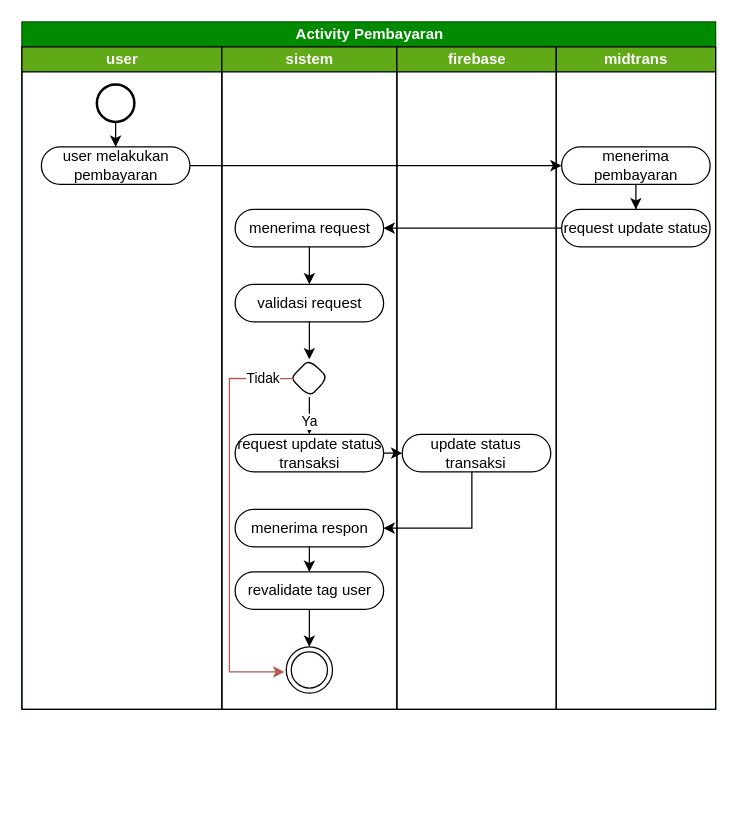
The draw.io diagram page "activity pembayaran" (41 of 43) of skrpsian.drawio in ThikerXCX/umltoko, before the edit. Source tidied: cells renumbered, new cells numbered last; positions are measured from the earlier drawing's top-left corner, leaving out a move shared by most shapes. Both pictures are drawn from the tidied source at 125%, with x=0, y=0 at pixel (21, 21).
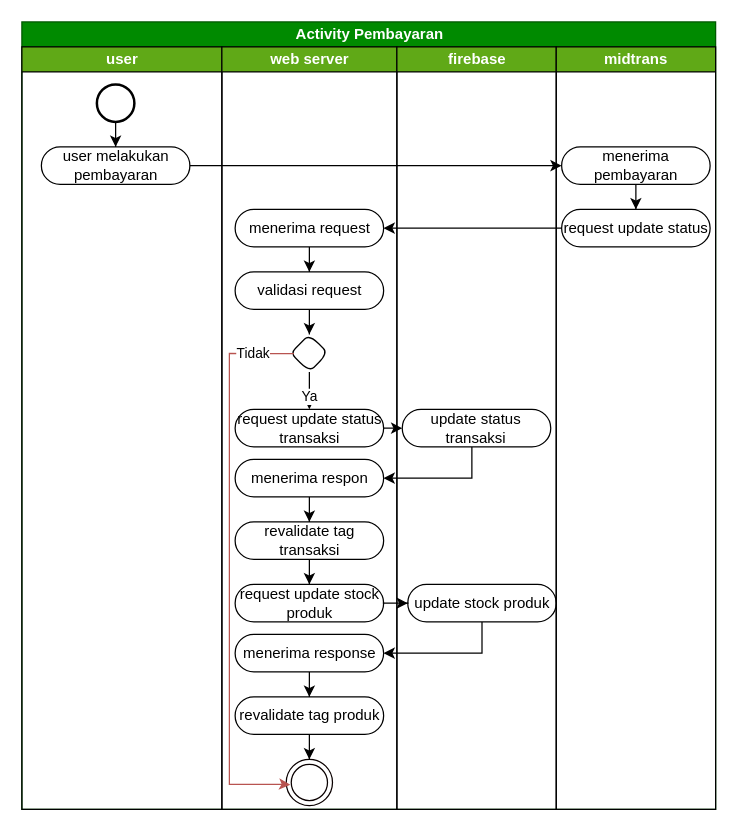
After the change.

The change refers to these unchanged cells:
```xml
<mxCell id="9" value="menerima request" style="rounded=1;whiteSpace=wrap;html=1;arcSize=50;fillColor=none;" parent="7" vertex="1">
  <mxGeometry x="10.6" y="130" width="118.8" height="30" as="geometry" />
</mxCell>
<mxCell id="28" value="request update status" style="rounded=1;whiteSpace=wrap;html=1;arcSize=50;fillColor=none;" parent="25" vertex="1">
  <mxGeometry x="4.3" y="130" width="118.8" height="30" as="geometry" />
</mxCell>
```

The edit, as a diff of the source:
```diff
@@
     <mxCell id="2" value="Activity Pembayaran" style="swimlane;startSize=20;html=1;fillColor=#008a00;fontColor=#ffffff;strokeColor=#005700;" parent="1" vertex="1">
-      <mxGeometry width="555" height="550" as="geometry" />
+      <mxGeometry width="555" height="630" as="geometry" />
     </mxCell>
     <mxCell id="3" value="user" style="swimlane;startSize=20;html=1;fillColor=#60a917;fontColor=#ffffff;strokeColor=#000000;" parent="2" vertex="1">
-      <mxGeometry y="20" width="160" height="530" as="geometry" />
+      <mxGeometry y="20" width="160" height="610" as="geometry" />
     </mxCell>
@@
-    <mxCell id="7" value="sistem" style="swimlane;startSize=20;html=1;fillColor=#60a917;fontColor=#ffffff;strokeColor=#000000;" parent="2" vertex="1">
-      <mxGeometry x="160" y="20" width="140" height="530" as="geometry" />
+    <mxCell id="7" value="web server" style="swimlane;startSize=20;html=1;fillColor=#60a917;fontColor=#ffffff;strokeColor=#000000;" parent="2" vertex="1">
+      <mxGeometry x="160" y="20" width="140" height="610" as="geometry" />
     </mxCell>
@@
     <mxCell id="11" value="validasi request" style="rounded=1;whiteSpace=wrap;html=1;arcSize=50;fillColor=none;" parent="7" vertex="1">
-      <mxGeometry x="10.6" y="190" width="118.8" height="30" as="geometry" />
+      <mxGeometry x="10.6" y="180" width="118.8" height="30" as="geometry" />
     </mxCell>
@@
     <mxCell id="14" style="rhombus;whiteSpace=wrap;html=1;fillColor=none;rounded=1;arcSize=50;" parent="7" vertex="1">
-      <mxGeometry x="55" y="250" width="30" height="30" as="geometry" />
+      <mxGeometry x="55" y="230" width="30" height="30" as="geometry" />
     </mxCell>
     <mxCell id="15" value="request update status transaksi" style="rounded=1;whiteSpace=wrap;html=1;arcSize=50;fillColor=none;" parent="7" vertex="1">
-      <mxGeometry x="10.6" y="310" width="118.8" height="30" as="geometry" />
+      <mxGeometry x="10.6" y="290" width="118.8" height="30" as="geometry" />
     </mxCell>
@@
     <mxCell id="17" value="menerima respon" style="rounded=1;whiteSpace=wrap;html=1;arcSize=50;fillColor=none;" parent="7" vertex="1">
-      <mxGeometry x="10.6" y="370" width="118.8" height="30" as="geometry" />
+      <mxGeometry x="10.6" y="330" width="118.8" height="30" as="geometry" />
     </mxCell>
-    <mxCell id="18" style="edgeStyle=orthogonalEdgeStyle;rounded=0;jettySize=auto;html=1;" parent="7" edge="1" source="19" target="20">
-      <mxGeometry relative="1" as="geometry" />
-    </mxCell>
+    <mxCell id="33" style="edgeStyle=orthogonalEdgeStyle;rounded=0;jettySize=auto;html=1;" parent="7" edge="1" source="19" target="34">
+      <mxGeometry relative="1" as="geometry" />
+    </mxCell>
-    <mxCell id="19" value="revalidate tag user" style="rounded=1;whiteSpace=wrap;html=1;arcSize=50;fillColor=none;" parent="7" vertex="1">
-      <mxGeometry x="10.6" y="420" width="118.8" height="30" as="geometry" />
+    <mxCell id="19" value="revalidate tag transaksi" style="rounded=1;whiteSpace=wrap;html=1;arcSize=50;fillColor=none;" parent="7" vertex="1">
+      <mxGeometry x="10.6" y="380" width="118.8" height="30" as="geometry" />
     </mxCell>
     <mxCell id="20" style="ellipse;html=1;shape=endState;fillColor=none;strokeColor=#0A0000;" parent="7" vertex="1">
-      <mxGeometry x="51.5" y="480" width="37" height="37" as="geometry" />
+      <mxGeometry x="51.5" y="570" width="37" height="37" as="geometry" />
     </mxCell>
-    <mxCell id="21" style="edgeStyle=orthogonalEdgeStyle;rounded=0;jettySize=auto;html=1;exitX=0.089;exitY=0.511;exitDx=0;exitDy=0;exitPerimeter=0;fillColor=#f8cecc;strokeColor=#b85450;" parent="7" edge="1" source="14">
+    <mxCell id="21" style="edgeStyle=orthogonalEdgeStyle;rounded=0;jettySize=auto;html=1;exitX=0.089;exitY=0.511;exitDx=0;exitDy=0;exitPerimeter=0;fillColor=#f8cecc;strokeColor=#b85450;entryX=0.089;entryY=0.548;entryDx=0;entryDy=0;entryPerimeter=0;" parent="7" edge="1" source="14" target="20">
       <mxGeometry relative="1" as="geometry">
-        <mxPoint x="50" y="500" as="targetPoint" />
         <Array as="points">
-          <mxPoint x="6" y="265" />
-          <mxPoint x="6" y="500" />
+          <mxPoint x="6" y="245" />
+          <mxPoint x="6" y="590" />
+          <mxPoint x="51" y="590" />
         </Array>
       </mxGeometry>
     </mxCell>
@@
+    <mxCell id="34" value="request update stock produk" style="rounded=1;whiteSpace=wrap;html=1;arcSize=50;fillColor=none;" parent="7" vertex="1">
+      <mxGeometry x="10.6" y="430" width="118.8" height="30" as="geometry" />
+    </mxCell>
+    <mxCell id="35" style="edgeStyle=orthogonalEdgeStyle;rounded=0;jettySize=auto;html=1;entryX=0.5;entryY=0;entryDx=0;entryDy=0;" parent="7" edge="1" source="36" target="38">
+      <mxGeometry relative="1" as="geometry" />
+    </mxCell>
+    <mxCell id="36" value="menerima response" style="rounded=1;whiteSpace=wrap;html=1;arcSize=50;fillColor=none;" parent="7" vertex="1">
+      <mxGeometry x="10.6" y="470" width="118.8" height="30" as="geometry" />
+    </mxCell>
+    <mxCell id="37" style="edgeStyle=orthogonalEdgeStyle;rounded=0;jettySize=auto;html=1;" parent="7" edge="1" source="38" target="20">
+      <mxGeometry relative="1" as="geometry" />
+    </mxCell>
+    <mxCell id="38" value="revalidate tag produk" style="rounded=1;whiteSpace=wrap;html=1;arcSize=50;fillColor=none;" parent="7" vertex="1">
+      <mxGeometry x="10.6" y="520" width="118.8" height="30" as="geometry" />
+    </mxCell>
     <mxCell id="23" value="firebase" style="swimlane;startSize=20;html=1;fillColor=#60a917;fontColor=#ffffff;strokeColor=#000000;" parent="2" vertex="1">
-      <mxGeometry x="300" y="20" width="127.5" height="530" as="geometry" />
+      <mxGeometry x="300" y="20" width="127.5" height="610" as="geometry" />
     </mxCell>
     <mxCell id="24" value="update status transaksi" style="rounded=1;whiteSpace=wrap;html=1;arcSize=50;fillColor=none;" parent="23" vertex="1">
-      <mxGeometry x="4.3" y="310" width="118.8" height="30" as="geometry" />
+      <mxGeometry x="4.3" y="290" width="118.8" height="30" as="geometry" />
     </mxCell>
+    <mxCell id="39" value="update stock produk" style="rounded=1;whiteSpace=wrap;html=1;arcSize=50;fillColor=none;" parent="23" vertex="1">
+      <mxGeometry x="8.7" y="430" width="118.8" height="30" as="geometry" />
+    </mxCell>
     <mxCell id="25" value="midtrans" style="swimlane;startSize=20;html=1;fillColor=#60a917;fontColor=#ffffff;strokeColor=#000000;" parent="2" vertex="1">
-      <mxGeometry x="427.5" y="20" width="127.5" height="530" as="geometry" />
+      <mxGeometry x="427.5" y="20" width="127.5" height="610" as="geometry" />
     </mxCell>
@@
+    <mxCell id="32" style="edgeStyle=orthogonalEdgeStyle;rounded=0;jettySize=auto;html=1;entryX=1;entryY=0.5;entryDx=0;entryDy=0;" parent="2" edge="1" source="28" target="9">
+      <mxGeometry relative="1" as="geometry" />
+    </mxCell>
     <mxCell id="31" style="edgeStyle=orthogonalEdgeStyle;rounded=0;jettySize=auto;html=1;entryX=1;entryY=0.5;entryDx=0;entryDy=0;" parent="2" edge="1" source="24" target="17">
       <mxGeometry relative="1" as="geometry">
         <Array as="points">
-          <mxPoint x="360" y="405" />
+          <mxPoint x="360" y="365" />
         </Array>
       </mxGeometry>
     </mxCell>
-    <mxCell id="32" style="edgeStyle=orthogonalEdgeStyle;rounded=0;jettySize=auto;html=1;entryX=1;entryY=0.5;entryDx=0;entryDy=0;" parent="2" edge="1" source="28" target="9">
-      <mxGeometry relative="1" as="geometry" />
-    </mxCell>
+    <mxCell id="40" style="edgeStyle=orthogonalEdgeStyle;rounded=0;jettySize=auto;html=1;" parent="2" edge="1" source="34" target="39">
+      <mxGeometry relative="1" as="geometry" />
+    </mxCell>
+    <mxCell id="41" style="edgeStyle=orthogonalEdgeStyle;rounded=0;jettySize=auto;html=1;" parent="2" edge="1" source="39" target="36">
+      <mxGeometry relative="1" as="geometry">
+        <Array as="points">
+          <mxPoint x="368" y="505" />
+        </Array>
+      </mxGeometry>
+    </mxCell>
```
